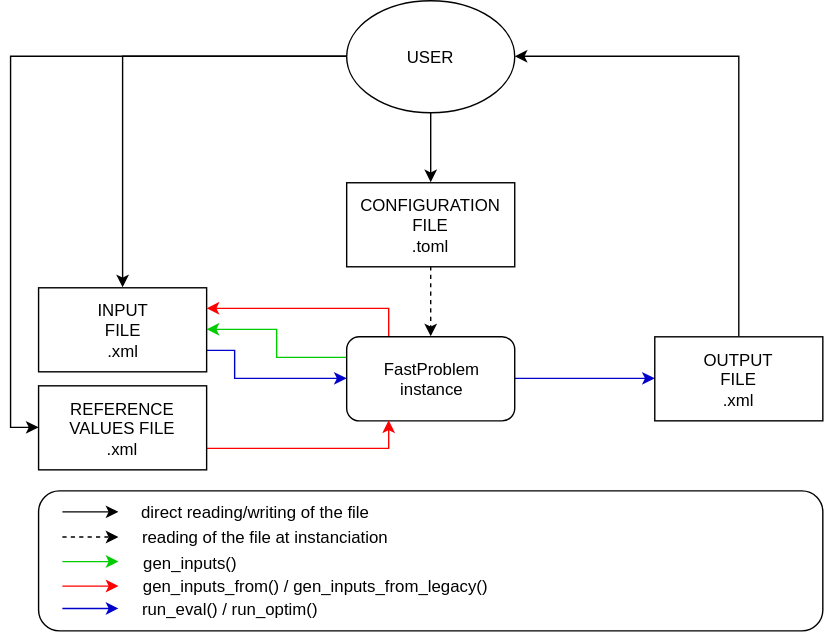
Earlier version of the draw.io export notebooks/tutorial/img/user_files_arch.svg (fast-aircraft-design/FAST-OAD). Source tidied: cells renumbered, new cells last; positions are measured from the earlier drawing's top-left corner, leaving out a move shared by most shapes. Source of this version:
```xml
<mxGraphModel>
  <root>
    <mxCell id="0" />
    <mxCell id="1" parent="0" />
    <mxCell id="2" style="edgeStyle=orthogonalEdgeStyle;curved=1;rounded=0;jettySize=auto;html=1;exitX=1;exitY=0.5;exitDx=0;exitDy=0;strokeColor=#0000CC;" parent="1" edge="1" source="5" target="13">
      <mxGeometry relative="1" as="geometry" />
    </mxCell>
    <mxCell id="3" style="edgeStyle=orthogonalEdgeStyle;rounded=0;jettySize=auto;html=1;exitX=0.25;exitY=0;exitDx=0;exitDy=0;entryX=1;entryY=0.25;entryDx=0;entryDy=0;strokeColor=#FF0000;" parent="1" edge="1" source="5" target="9">
      <mxGeometry relative="1" as="geometry">
        <Array as="points">
          <mxPoint x="250" y="220" />
        </Array>
      </mxGeometry>
    </mxCell>
    <mxCell id="4" style="edgeStyle=orthogonalEdgeStyle;rounded=0;jettySize=auto;html=1;exitX=0;exitY=0.25;exitDx=0;exitDy=0;entryX=1;entryY=0.5;entryDx=0;entryDy=0;strokeColor=#00CC00;" parent="1" edge="1" source="5" target="9">
      <mxGeometry relative="1" as="geometry" />
    </mxCell>
    <mxCell id="5" value="FastProblem&lt;br&gt;instance" style="rounded=1;whiteSpace=wrap;html=1;" parent="1" vertex="1">
      <mxGeometry x="220" y="240" width="120" height="60" as="geometry" />
    </mxCell>
    <mxCell id="6" style="edgeStyle=orthogonalEdgeStyle;rounded=0;jettySize=auto;html=1;exitX=0.5;exitY=1;exitDx=0;exitDy=0;entryX=0.5;entryY=0;entryDx=0;entryDy=0;dashed=1;" parent="1" edge="1" source="7" target="5">
      <mxGeometry relative="1" as="geometry" />
    </mxCell>
    <mxCell id="7" value="CONFIGURATION&lt;br&gt;FILE&lt;br&gt;.toml" style="rounded=0;whiteSpace=wrap;html=1;" parent="1" vertex="1">
      <mxGeometry x="220" y="130" width="120" height="60" as="geometry" />
    </mxCell>
    <mxCell id="8" style="edgeStyle=orthogonalEdgeStyle;rounded=0;jettySize=auto;html=1;exitX=1;exitY=0.75;exitDx=0;exitDy=0;entryX=0;entryY=0.5;entryDx=0;entryDy=0;strokeColor=#0000CC;" parent="1" edge="1" source="9" target="5">
      <mxGeometry relative="1" as="geometry">
        <Array as="points">
          <mxPoint x="140" y="250" />
          <mxPoint x="140" y="270" />
        </Array>
      </mxGeometry>
    </mxCell>
    <mxCell id="9" value="INPUT&lt;br&gt;FILE&lt;br&gt;.xml" style="rounded=0;whiteSpace=wrap;html=1;" parent="1" vertex="1">
      <mxGeometry y="205" width="120" height="60" as="geometry" />
    </mxCell>
    <mxCell id="10" style="edgeStyle=orthogonalEdgeStyle;rounded=0;jettySize=auto;html=1;exitX=1;exitY=0.75;exitDx=0;exitDy=0;entryX=0.25;entryY=1;entryDx=0;entryDy=0;strokeColor=#FF0000;" parent="1" edge="1" source="11" target="5">
      <mxGeometry relative="1" as="geometry">
        <Array as="points">
          <mxPoint x="250" y="320" />
        </Array>
      </mxGeometry>
    </mxCell>
    <mxCell id="11" value="REFERENCE VALUES FILE&lt;br&gt;.xml" style="rounded=0;whiteSpace=wrap;html=1;" parent="1" vertex="1">
      <mxGeometry y="275" width="120" height="60" as="geometry" />
    </mxCell>
    <mxCell id="12" style="edgeStyle=orthogonalEdgeStyle;rounded=0;jettySize=auto;html=1;exitX=0.5;exitY=0;exitDx=0;exitDy=0;entryX=1;entryY=0.5;entryDx=0;entryDy=0;" parent="1" edge="1" source="13" target="17">
      <mxGeometry relative="1" as="geometry" />
    </mxCell>
    <mxCell id="13" value="OUTPUT&lt;br&gt;FILE&lt;br&gt;.xml" style="rounded=0;whiteSpace=wrap;html=1;" parent="1" vertex="1">
      <mxGeometry x="440" y="240" width="120" height="60" as="geometry" />
    </mxCell>
    <mxCell id="14" style="edgeStyle=orthogonalEdgeStyle;rounded=0;jettySize=auto;html=1;exitX=0.5;exitY=1;exitDx=0;exitDy=0;entryX=0.5;entryY=0;entryDx=0;entryDy=0;" parent="1" edge="1" source="17" target="7">
      <mxGeometry relative="1" as="geometry" />
    </mxCell>
    <mxCell id="15" style="edgeStyle=orthogonalEdgeStyle;rounded=0;jettySize=auto;html=1;exitX=0;exitY=0.5;exitDx=0;exitDy=0;entryX=0.5;entryY=0;entryDx=0;entryDy=0;" parent="1" edge="1" source="17" target="9">
      <mxGeometry relative="1" as="geometry" />
    </mxCell>
    <mxCell id="16" style="edgeStyle=orthogonalEdgeStyle;rounded=0;jettySize=auto;html=1;exitX=0;exitY=0.5;exitDx=0;exitDy=0;entryX=0;entryY=0.5;entryDx=0;entryDy=0;" parent="1" edge="1" source="17" target="11">
      <mxGeometry relative="1" as="geometry" />
    </mxCell>
    <mxCell id="17" value="USER" style="ellipse;whiteSpace=wrap;html=1;" parent="1" vertex="1">
      <mxGeometry x="220" width="120" height="80" as="geometry" />
    </mxCell>
    <mxCell id="18" style="rounded=1;whiteSpace=wrap;html=1;" parent="1" vertex="1">
      <mxGeometry y="350" width="560" height="100" as="geometry" />
    </mxCell>
    <mxCell id="19" style="endArrow=classic;html=1;strokeColor=#000000;" parent="1" edge="1">
      <mxGeometry relative="1" as="geometry">
        <mxPoint x="17" y="365" as="sourcePoint" />
        <mxPoint x="57" y="365" as="targetPoint" />
        <Array as="points">
          <mxPoint x="37" y="365" />
        </Array>
      </mxGeometry>
    </mxCell>
    <mxCell id="20" value="direct reading/writing of the file" style="text;html=1;strokeColor=none;fillColor=none;align=center;verticalAlign=middle;whiteSpace=wrap;rounded=0;" parent="1" vertex="1">
      <mxGeometry x="69" y="355" width="170" height="20" as="geometry" />
    </mxCell>
    <mxCell id="21" style="endArrow=classic;html=1;strokeColor=#FF0000;rounded=0;" parent="1" edge="1">
      <mxGeometry relative="1" as="geometry">
        <mxPoint x="17" y="418" as="sourcePoint" />
        <mxPoint x="57" y="418" as="targetPoint" />
        <Array as="points">
          <mxPoint x="37" y="418" />
        </Array>
      </mxGeometry>
    </mxCell>
    <mxCell id="22" value="gen_inputs_from() / gen_inputs_from_legacy()" style="text;html=1;strokeColor=none;fillColor=none;align=center;verticalAlign=middle;whiteSpace=wrap;rounded=0;" parent="1" vertex="1">
      <mxGeometry x="67" y="408" width="260" height="20" as="geometry" />
    </mxCell>
    <mxCell id="23" style="endArrow=classic;html=1;strokeColor=#0000CC;rounded=0;" parent="1" edge="1">
      <mxGeometry relative="1" as="geometry">
        <mxPoint x="17" y="434" as="sourcePoint" />
        <mxPoint x="57" y="434" as="targetPoint" />
        <Array as="points">
          <mxPoint x="37" y="434" />
        </Array>
      </mxGeometry>
    </mxCell>
    <mxCell id="24" value="run_eval() / run_optim()" style="text;html=1;strokeColor=none;fillColor=none;align=center;verticalAlign=middle;whiteSpace=wrap;rounded=0;" parent="1" vertex="1">
      <mxGeometry x="67" y="424" width="140" height="20" as="geometry" />
    </mxCell>
    <mxCell id="25" style="endArrow=classic;html=1;strokeColor=#000000;rounded=0;dashed=1;" parent="1" edge="1">
      <mxGeometry relative="1" as="geometry">
        <mxPoint x="17" y="383" as="sourcePoint" />
        <mxPoint x="57" y="383" as="targetPoint" />
        <Array as="points">
          <mxPoint x="37" y="383" />
        </Array>
      </mxGeometry>
    </mxCell>
    <mxCell id="26" value="reading of the file at instanciation" style="text;html=1;strokeColor=none;fillColor=none;align=center;verticalAlign=middle;whiteSpace=wrap;rounded=0;" parent="1" vertex="1">
      <mxGeometry x="67" y="373" width="190" height="20" as="geometry" />
    </mxCell>
    <mxCell id="27" style="endArrow=classic;html=1;strokeColor=#00CC00;rounded=0;" parent="1" edge="1">
      <mxGeometry relative="1" as="geometry">
        <mxPoint x="17" y="400.5" as="sourcePoint" />
        <mxPoint x="57" y="400.5" as="targetPoint" />
        <Array as="points">
          <mxPoint x="37" y="400.5" />
        </Array>
      </mxGeometry>
    </mxCell>
    <mxCell id="28" value="gen_inputs()" style="text;html=1;strokeColor=none;fillColor=none;align=center;verticalAlign=middle;whiteSpace=wrap;rounded=0;" parent="1" vertex="1">
      <mxGeometry x="67" y="391" width="83" height="20" as="geometry" />
    </mxCell>
  </root>
</mxGraphModel>
```
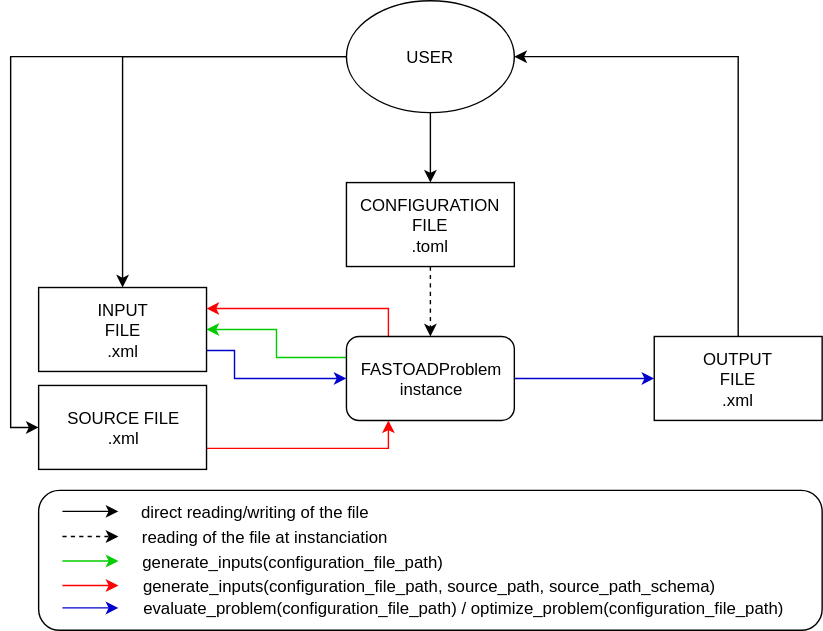
Later version of the same file.

The edit, as a diff of the source:
```diff
@@ -15,7 +15,7 @@
     <mxCell id="4" style="edgeStyle=orthogonalEdgeStyle;rounded=0;jettySize=auto;html=1;exitX=0;exitY=0.25;exitDx=0;exitDy=0;entryX=1;entryY=0.5;entryDx=0;entryDy=0;strokeColor=#00CC00;" parent="1" edge="1" source="5" target="9">
       <mxGeometry relative="1" as="geometry" />
     </mxCell>
-    <mxCell id="5" value="FastProblem&lt;br&gt;instance" style="rounded=1;whiteSpace=wrap;html=1;" parent="1" vertex="1">
+    <mxCell id="5" value="FASTOADProblem&lt;br&gt;instance" style="rounded=1;whiteSpace=wrap;html=1;" parent="1" vertex="1">
       <mxGeometry x="220" y="240" width="120" height="60" as="geometry" />
     </mxCell>
     <mxCell id="6" style="edgeStyle=orthogonalEdgeStyle;rounded=0;jettySize=auto;html=1;exitX=0.5;exitY=1;exitDx=0;exitDy=0;entryX=0.5;entryY=0;entryDx=0;entryDy=0;dashed=1;" parent="1" edge="1" source="7" target="5">
@@ -42,7 +42,7 @@
         </Array>
       </mxGeometry>
     </mxCell>
-    <mxCell id="11" value="REFERENCE VALUES FILE&lt;br&gt;.xml" style="rounded=0;whiteSpace=wrap;html=1;" parent="1" vertex="1">
+    <mxCell id="11" value="SOURCE FILE&lt;br&gt;.xml" style="rounded=0;whiteSpace=wrap;html=1;" parent="1" vertex="1">
       <mxGeometry y="275" width="120" height="60" as="geometry" />
     </mxCell>
     <mxCell id="12" style="edgeStyle=orthogonalEdgeStyle;rounded=0;jettySize=auto;html=1;exitX=0.5;exitY=0;exitDx=0;exitDy=0;entryX=1;entryY=0.5;entryDx=0;entryDy=0;" parent="1" edge="1" source="13" target="17">
@@ -87,8 +87,8 @@
         </Array>
       </mxGeometry>
     </mxCell>
-    <mxCell id="22" value="gen_inputs_from() / gen_inputs_from_legacy()" style="text;html=1;strokeColor=none;fillColor=none;align=center;verticalAlign=middle;whiteSpace=wrap;rounded=0;" parent="1" vertex="1">
-      <mxGeometry x="67" y="408" width="260" height="20" as="geometry" />
+    <mxCell id="22" value="generate_inputs(configuration_file_path, source_path, source_path_schema)" style="text;html=1;strokeColor=none;fillColor=none;align=center;verticalAlign=middle;whiteSpace=wrap;rounded=0;" parent="1" vertex="1">
+      <mxGeometry x="53" y="408" width="453" height="20" as="geometry" />
     </mxCell>
     <mxCell id="23" style="endArrow=classic;html=1;strokeColor=#0000CC;rounded=0;" parent="1" edge="1">
       <mxGeometry relative="1" as="geometry">
@@ -99,8 +99,8 @@
         </Array>
       </mxGeometry>
     </mxCell>
-    <mxCell id="24" value="run_eval() / run_optim()" style="text;html=1;strokeColor=none;fillColor=none;align=center;verticalAlign=middle;whiteSpace=wrap;rounded=0;" parent="1" vertex="1">
-      <mxGeometry x="67" y="424" width="140" height="20" as="geometry" />
+    <mxCell id="24" value="evaluate_problem(configuration_file_path) / optimize_problem(configuration_file_path)" style="text;html=1;strokeColor=none;fillColor=none;align=center;verticalAlign=middle;whiteSpace=wrap;rounded=0;" parent="1" vertex="1">
+      <mxGeometry x="68" y="424" width="472" height="20" as="geometry" />
     </mxCell>
     <mxCell id="25" style="endArrow=classic;html=1;strokeColor=#000000;rounded=0;dashed=1;" parent="1" edge="1">
       <mxGeometry relative="1" as="geometry">
@@ -123,8 +123,8 @@
         </Array>
       </mxGeometry>
     </mxCell>
-    <mxCell id="28" value="gen_inputs()" style="text;html=1;strokeColor=none;fillColor=none;align=center;verticalAlign=middle;whiteSpace=wrap;rounded=0;" parent="1" vertex="1">
-      <mxGeometry x="67" y="391" width="83" height="20" as="geometry" />
+    <mxCell id="28" value="generate_inputs(configuration_file_path)" style="text;html=1;strokeColor=none;fillColor=none;align=center;verticalAlign=middle;whiteSpace=wrap;rounded=0;" parent="1" vertex="1">
+      <mxGeometry x="139" y="391" width="83" height="20" as="geometry" />
     </mxCell>
   </root>
 </mxGraphModel>
```
